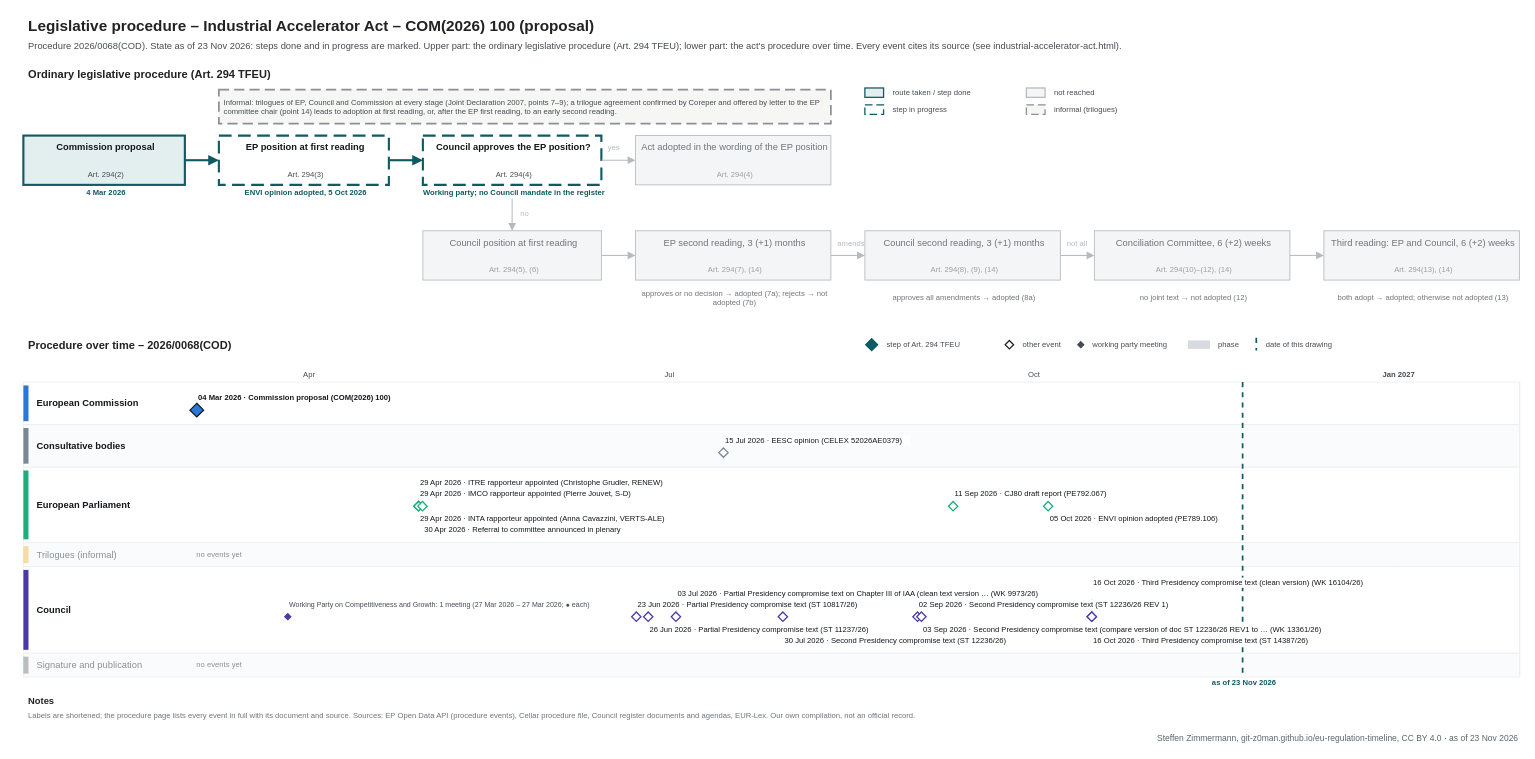
git-z0man/eu-regulation-timeline keeps this draw.io diagram as procedures/industrial-accelerator-act.drawio. Above is the earlier version. Source tidied: cells renumbered, new cells numbered last; positions are measured from the earlier drawing's top-left corner, leaving out a move shared by most shapes. Both pictures are drawn from the tidied source at 85%, with x=0, y=0 at pixel (14, 14).
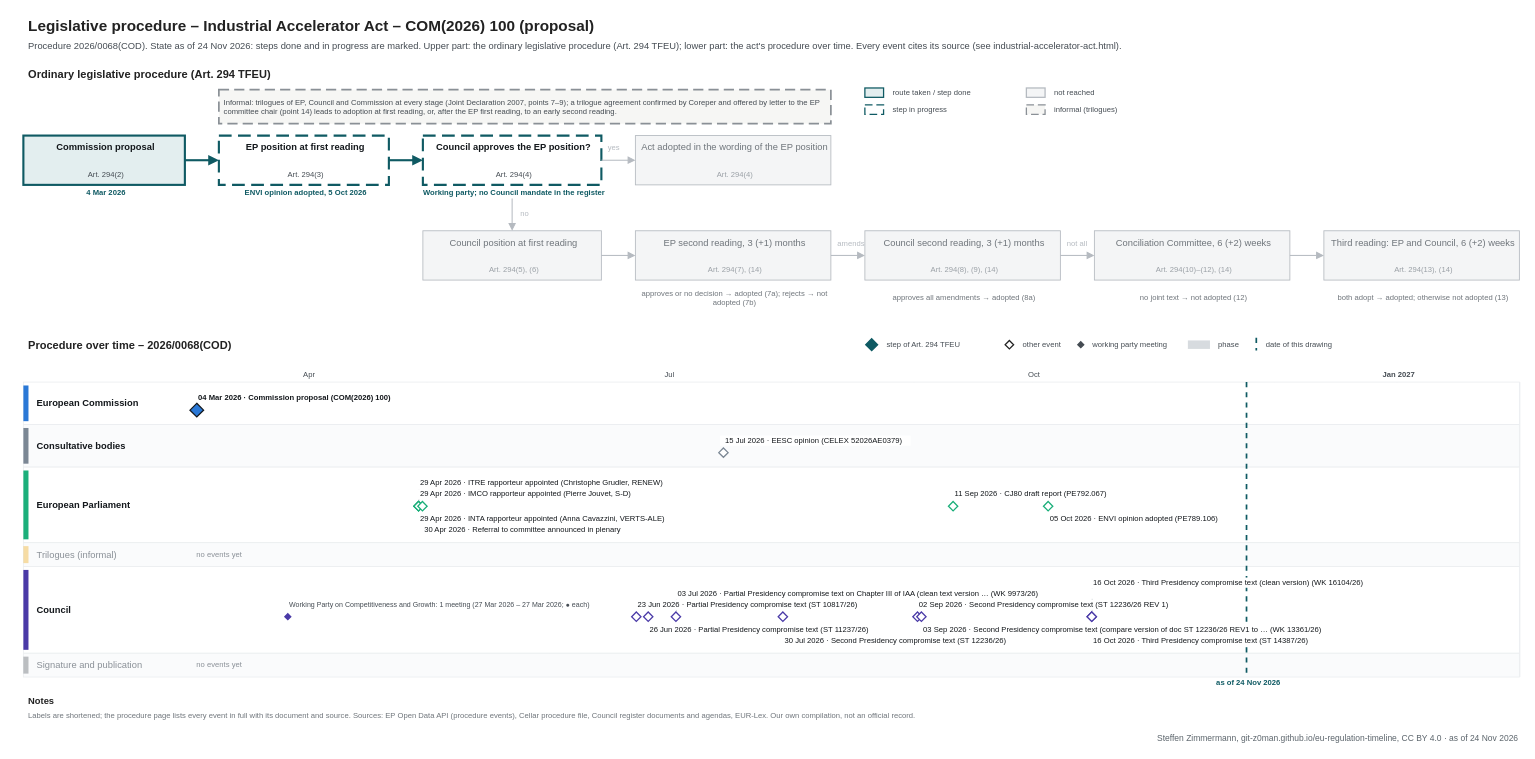
The same page after the edit.

The edit, as a diff of the source:
```diff
@@
-    <mxCell id="3" value="Procedure 2026/0068(COD). State as of 23 Nov 2026: steps done and in progress are marked. Upper part: the ordinary legislative procedure (Art. 294 TFEU); lower part: the act's procedure over time. Every event cites its source (see industrial-accelerator-act.html)." style="text;html=1;fontSize=11;fontColor=#454c53;align=left;verticalAlign=middle;spacingLeft=4;" parent="1" vertex="1">
+    <mxCell id="3" value="Procedure 2026/0068(COD). State as of 24 Nov 2026: steps done and in progress are marked. Upper part: the ordinary legislative procedure (Art. 294 TFEU); lower part: the act's procedure over time. Every event cites its source (see industrial-accelerator-act.html)." style="text;html=1;fontSize=11;fontColor=#454c53;align=left;verticalAlign=middle;spacingLeft=4;" parent="1" vertex="1">
       <mxGeometry x="10" y="28" width="1700" height="18" as="geometry" />
     </mxCell>
@@
     <mxCell id="108" style="line;html=1;strokeWidth=2;strokeColor=#0f5a63;direction=south;dashed=1;" parent="1" vertex="1">
-      <mxGeometry x="1443.9" y="432" width="1" height="347" as="geometry" />
+      <mxGeometry x="1448.5" y="432" width="1" height="347" as="geometry" />
     </mxCell>
-    <mxCell id="109" value="as of 23 Nov 2026" style="text;html=1;fontSize=9;fontColor=#0f5a63;align=center;verticalAlign=middle;spacingLeft=4;fontStyle=1;" parent="1" vertex="1">
-      <mxGeometry x="1383.9" y="780" width="120" height="12" as="geometry" />
+    <mxCell id="109" value="as of 24 Nov 2026" style="text;html=1;fontSize=9;fontColor=#0f5a63;align=center;verticalAlign=middle;spacingLeft=4;fontStyle=1;" parent="1" vertex="1">
+      <mxGeometry x="1388.5" y="780" width="120" height="12" as="geometry" />
     </mxCell>
@@
-    <mxCell id="152" value="Steffen Zimmermann, git-z0man.github.io/eu-regulation-timeline, CC BY 4.0 · as of 23 Nov 2026" style="text;html=1;fontSize=10;fontColor=#5b646b;align=right;verticalAlign=middle;spacingLeft=4;" parent="1" vertex="1">
+    <mxCell id="152" value="Steffen Zimmermann, git-z0man.github.io/eu-regulation-timeline, CC BY 4.0 · as of 24 Nov 2026" style="text;html=1;fontSize=10;fontColor=#5b646b;align=right;verticalAlign=middle;spacingLeft=4;" parent="1" vertex="1">
       <mxGeometry x="10" y="843" width="1760" height="16" as="geometry" />
     </mxCell>
```
